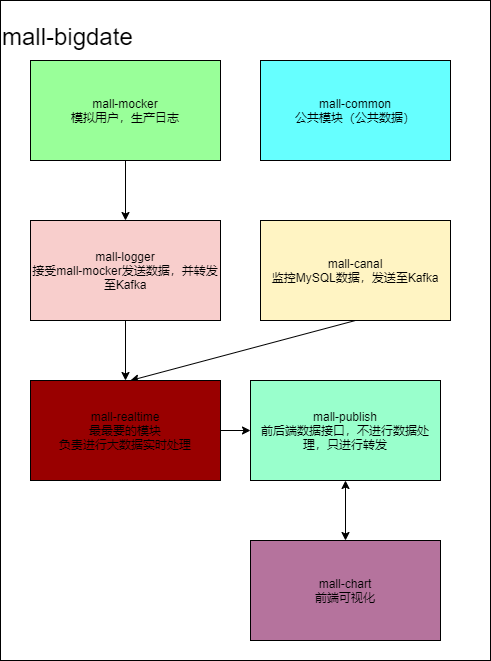
The draw.io diagram 分模块功能.png in dyzcs/mall-2020, before a commit. Source tidied: cells renumbered, new cells last; positions are measured from the earlier drawing's top-left corner, leaving out a move shared by most shapes.
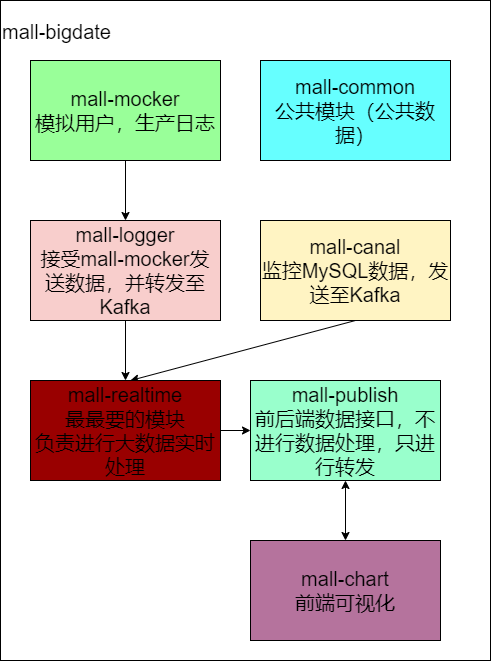
After the change.

Commit message:
更新分模块功能.png

What changed in the source:
```diff
@@ -2,45 +2,45 @@
   <root>
     <mxCell id="0" />
     <mxCell id="1" parent="0" />
-    <mxCell id="2" value="&lt;h1&gt;&lt;span style=&quot;font-weight: normal&quot;&gt;mall-bigdate&lt;/span&gt;&lt;/h1&gt;" style="rounded=0;whiteSpace=wrap;html=1;align=left;verticalAlign=top;labelBackgroundColor=#ffffff;" parent="1" vertex="1">
+    <mxCell id="2" value="&lt;h1 style=&quot;font-size: 20px;&quot;&gt;&lt;span style=&quot;font-weight: normal; font-size: 20px;&quot;&gt;mall-bigdate&lt;/span&gt;&lt;/h1&gt;" style="rounded=0;whiteSpace=wrap;html=1;align=left;verticalAlign=top;labelBackgroundColor=#ffffff;fontSize=20;" parent="1" vertex="1">
       <mxGeometry width="490" height="660" as="geometry" />
     </mxCell>
-    <mxCell id="3" style="edgeStyle=none;rounded=0;jettySize=auto;html=1;entryX=0.5;entryY=0;entryDx=0;entryDy=0;" parent="1" edge="1" source="4" target="10">
+    <mxCell id="3" style="edgeStyle=none;rounded=0;jettySize=auto;html=1;entryX=0.5;entryY=0;entryDx=0;entryDy=0;fontSize=20;" parent="1" edge="1" source="4" target="10">
       <mxGeometry relative="1" as="geometry" />
     </mxCell>
-    <mxCell id="4" value="mall-mocker&lt;div&gt;模拟用户，生产日志&lt;/div&gt;" style="rounded=0;whiteSpace=wrap;html=1;labelBackgroundColor=#99FF99;fillColor=#99FF99;" parent="1" vertex="1">
+    <mxCell id="4" value="mall-mocker&lt;div style=&quot;font-size: 20px;&quot;&gt;模拟用户，生产日志&lt;/div&gt;" style="rounded=0;whiteSpace=wrap;html=1;labelBackgroundColor=#99FF99;fillColor=#99FF99;fontSize=20;" parent="1" vertex="1">
       <mxGeometry x="30" y="60" width="190" height="100" as="geometry" />
     </mxCell>
-    <mxCell id="5" style="rounded=0;jettySize=auto;html=1;exitX=0.5;exitY=1;exitDx=0;exitDy=0;" parent="1" edge="1" source="6">
+    <mxCell id="5" style="rounded=0;jettySize=auto;html=1;exitX=0.5;exitY=1;exitDx=0;exitDy=0;fontSize=20;" parent="1" edge="1" source="6">
       <mxGeometry relative="1" as="geometry">
         <mxPoint x="130" y="380" as="targetPoint" />
       </mxGeometry>
     </mxCell>
-    <mxCell id="6" value="mall-canal&lt;br&gt;监控MySQL数据，发送至Kafka" style="rounded=0;whiteSpace=wrap;html=1;fillColor=#FFF4C3;" parent="1" vertex="1">
+    <mxCell id="6" value="mall-canal&lt;br style=&quot;font-size: 20px;&quot;&gt;监控MySQL数据，发送至Kafka" style="rounded=0;whiteSpace=wrap;html=1;fillColor=#FFF4C3;fontSize=20;" parent="1" vertex="1">
       <mxGeometry x="260" y="220" width="190" height="100" as="geometry" />
     </mxCell>
-    <mxCell id="7" value="mall-chart&lt;br&gt;前端可视化" style="rounded=0;whiteSpace=wrap;html=1;fillColor=#B5739D;" parent="1" vertex="1">
+    <mxCell id="7" value="mall-chart&lt;br style=&quot;font-size: 20px;&quot;&gt;前端可视化" style="rounded=0;whiteSpace=wrap;html=1;fillColor=#B5739D;fontSize=20;" parent="1" vertex="1">
       <mxGeometry x="250" y="540" width="190" height="100" as="geometry" />
     </mxCell>
-    <mxCell id="8" value="mall-common&lt;br&gt;公共模块（公共数据）" style="rounded=0;whiteSpace=wrap;html=1;fillColor=#66FFFF;" parent="1" vertex="1">
+    <mxCell id="8" value="mall-common&lt;br style=&quot;font-size: 20px;&quot;&gt;公共模块（公共数据）" style="rounded=0;whiteSpace=wrap;html=1;fillColor=#66FFFF;fontSize=20;" parent="1" vertex="1">
       <mxGeometry x="260" y="60" width="190" height="100" as="geometry" />
     </mxCell>
-    <mxCell id="9" style="edgeStyle=orthogonalEdgeStyle;rounded=0;jettySize=auto;html=1;" parent="1" edge="1" source="10" target="13">
+    <mxCell id="9" style="edgeStyle=orthogonalEdgeStyle;rounded=0;jettySize=auto;html=1;fontSize=20;" parent="1" edge="1" source="10" target="13">
       <mxGeometry relative="1" as="geometry" />
     </mxCell>
-    <mxCell id="10" value="mall-logger&lt;br&gt;接受mall-mocker发送数据，并转发至Kafka" style="rounded=0;whiteSpace=wrap;html=1;fillColor=#F8CECC;" parent="1" vertex="1">
+    <mxCell id="10" value="mall-logger&lt;br style=&quot;font-size: 20px;&quot;&gt;接受mall-mocker发送数据，并转发至Kafka" style="rounded=0;whiteSpace=wrap;html=1;fillColor=#F8CECC;fontSize=20;" parent="1" vertex="1">
       <mxGeometry x="30" y="220" width="190" height="100" as="geometry" />
     </mxCell>
-    <mxCell id="11" value="mall-publish&lt;br&gt;前后端数据接口，不进行数据处理，只进行转发" style="rounded=0;whiteSpace=wrap;html=1;fillColor=#99FFCC;" parent="1" vertex="1">
+    <mxCell id="11" value="mall-publish&lt;br style=&quot;font-size: 20px;&quot;&gt;前后端数据接口，不进行数据处理，只进行转发" style="rounded=0;whiteSpace=wrap;html=1;fillColor=#99FFCC;fontSize=20;" parent="1" vertex="1">
       <mxGeometry x="250" y="380" width="190" height="100" as="geometry" />
     </mxCell>
-    <mxCell id="12" style="edgeStyle=none;rounded=0;jettySize=auto;html=1;exitX=1;exitY=0.5;exitDx=0;exitDy=0;entryX=0;entryY=0.5;entryDx=0;entryDy=0;" parent="1" edge="1" source="13" target="11">
+    <mxCell id="12" style="edgeStyle=none;rounded=0;jettySize=auto;html=1;exitX=1;exitY=0.5;exitDx=0;exitDy=0;entryX=0;entryY=0.5;entryDx=0;entryDy=0;fontSize=20;" parent="1" edge="1" source="13" target="11">
       <mxGeometry relative="1" as="geometry" />
     </mxCell>
-    <mxCell id="13" value="mall-realtime&lt;br&gt;最最要的模块&lt;br&gt;负责进行大数据实时处理" style="rounded=0;whiteSpace=wrap;html=1;fillColor=#990000;" parent="1" vertex="1">
+    <mxCell id="13" value="mall-realtime&lt;br style=&quot;font-size: 20px;&quot;&gt;最最要的模块&lt;br style=&quot;font-size: 20px;&quot;&gt;负责进行大数据实时处理" style="rounded=0;whiteSpace=wrap;html=1;fillColor=#990000;fontSize=20;" parent="1" vertex="1">
       <mxGeometry x="30" y="380" width="190" height="100" as="geometry" />
     </mxCell>
-    <mxCell id="14" style="endArrow=classic;startArrow=classic;html=1;entryX=0.5;entryY=1;entryDx=0;entryDy=0;exitX=0.5;exitY=0;exitDx=0;exitDy=0;" parent="1" edge="1" source="7" target="11">
+    <mxCell id="14" style="endArrow=classic;startArrow=classic;html=1;entryX=0.5;entryY=1;entryDx=0;entryDy=0;exitX=0.5;exitY=0;exitDx=0;exitDy=0;fontSize=20;" parent="1" edge="1" source="7" target="11">
       <mxGeometry relative="1" as="geometry" />
     </mxCell>
   </root>
```
